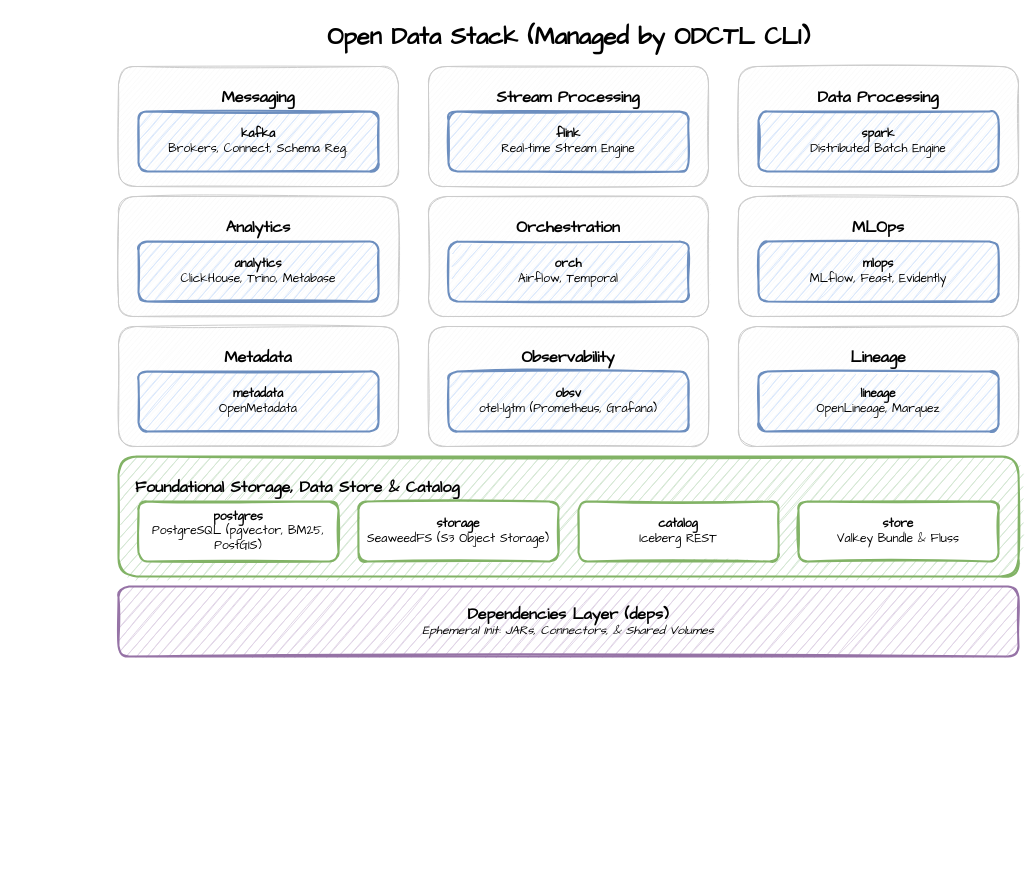
Above: image/diagram.drawio in jaehyeon-kim/odctl (draw.io), before the change. Source tidied: cells renumbered, new cells numbered last; positions are measured from the earlier drawing's top-left corner, leaving out a move shared by most shapes. Both pictures are drawn from the tidied source at 100%, with x=0, y=0 at pixel (118, 17).
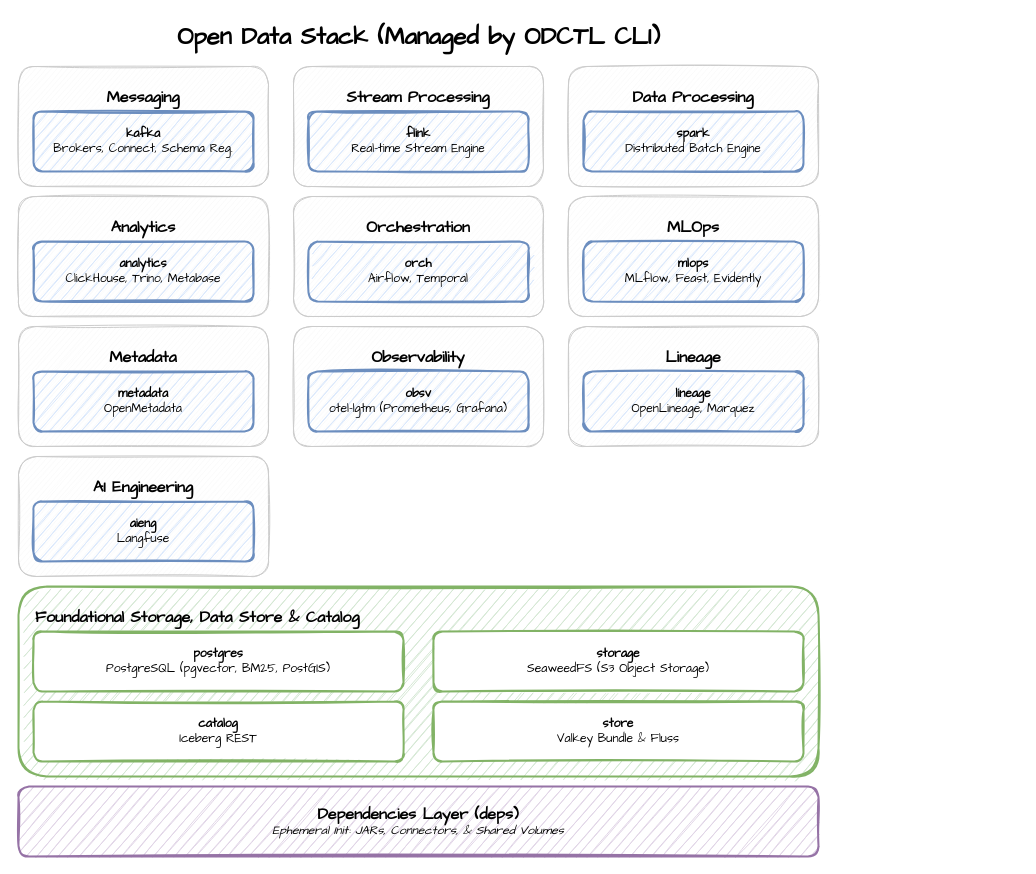
After the change.

The edit, as a diff of the source:
```diff
@@
     <mxCell id="2" value="&lt;b style=&quot;font-size: 24px;&quot;&gt;Open Data Stack (Managed by ODCTL CLI)&lt;/b&gt;" style="text;html=1;sketch=1;align=center;verticalAlign=middle;strokeColor=none;fillColor=none;fontFamily=Comic Sans MS;" parent="1" vertex="1">
-      <mxGeometry x="170" width="560" height="40" as="geometry" />
+      <mxGeometry x="20" width="560" height="40" as="geometry" />
     </mxCell>
     <mxCell id="3" value="&lt;b style=&quot;font-size:16px;&quot;&gt;Messaging&lt;/b&gt;" style="rounded=1;whiteSpace=wrap;html=1;sketch=1;fillColor=#f9f9f9;strokeColor=#cccccc;verticalAlign=top;spacingTop=15;fontFamily=Comic Sans MS;" parent="1" vertex="1">
-      <mxGeometry y="49" width="280" height="120" as="geometry" />
+      <mxGeometry x="-100" y="49" width="250" height="120" as="geometry" />
     </mxCell>
     <mxCell id="4" value="&lt;b&gt;kafka&lt;/b&gt;&lt;br&gt;Brokers, Connect, Schema Reg." style="rounded=1;whiteSpace=wrap;html=1;sketch=1;fillColor=#dae8fc;strokeColor=#6c8ebf;strokeWidth=2;fontFamily=Comic Sans MS;" parent="1" vertex="1">
-      <mxGeometry x="20" y="94" width="240" height="60" as="geometry" />
+      <mxGeometry x="-85" y="94" width="220" height="60" as="geometry" />
     </mxCell>
     <mxCell id="5" value="&lt;b style=&quot;font-size:16px;&quot;&gt;Stream Processing&lt;/b&gt;" style="rounded=1;whiteSpace=wrap;html=1;sketch=1;fillColor=#f9f9f9;strokeColor=#cccccc;verticalAlign=top;spacingTop=15;fontFamily=Comic Sans MS;" parent="1" vertex="1">
-      <mxGeometry x="310" y="49" width="280" height="120" as="geometry" />
+      <mxGeometry x="175" y="49" width="250" height="120" as="geometry" />
     </mxCell>
     <mxCell id="6" value="&lt;b&gt;flink&lt;/b&gt;&lt;br&gt;Real-time Stream Engine" style="rounded=1;whiteSpace=wrap;html=1;sketch=1;fillColor=#dae8fc;strokeColor=#6c8ebf;strokeWidth=2;fontFamily=Comic Sans MS;" parent="1" vertex="1">
-      <mxGeometry x="330" y="94" width="240" height="60" as="geometry" />
+      <mxGeometry x="190" y="94" width="220" height="60" as="geometry" />
     </mxCell>
     <mxCell id="7" value="&lt;b style=&quot;font-size:16px;&quot;&gt;Data Processing&lt;/b&gt;" style="rounded=1;whiteSpace=wrap;html=1;sketch=1;fillColor=#f9f9f9;strokeColor=#cccccc;verticalAlign=top;spacingTop=15;fontFamily=Comic Sans MS;" parent="1" vertex="1">
-      <mxGeometry x="620" y="49" width="280" height="120" as="geometry" />
+      <mxGeometry x="450" y="49" width="250" height="120" as="geometry" />
     </mxCell>
     <mxCell id="8" value="&lt;b&gt;spark&lt;/b&gt;&lt;br&gt;Distributed Batch Engine" style="rounded=1;whiteSpace=wrap;html=1;sketch=1;fillColor=#dae8fc;strokeColor=#6c8ebf;strokeWidth=2;fontFamily=Comic Sans MS;" parent="1" vertex="1">
-      <mxGeometry x="640" y="94" width="240" height="60" as="geometry" />
+      <mxGeometry x="465" y="94" width="220" height="60" as="geometry" />
     </mxCell>
     <mxCell id="9" value="&lt;b style=&quot;font-size:16px;&quot;&gt;Analytics&lt;/b&gt;" style="rounded=1;whiteSpace=wrap;html=1;sketch=1;fillColor=#f9f9f9;strokeColor=#cccccc;verticalAlign=top;spacingTop=15;fontFamily=Comic Sans MS;" parent="1" vertex="1">
-      <mxGeometry y="179" width="280" height="120" as="geometry" />
+      <mxGeometry x="-100" y="179" width="250" height="120" as="geometry" />
     </mxCell>
     <mxCell id="10" value="&lt;b&gt;analytics&lt;/b&gt;&lt;br&gt;ClickHouse, Trino, Metabase" style="rounded=1;whiteSpace=wrap;html=1;sketch=1;fillColor=#dae8fc;strokeColor=#6c8ebf;strokeWidth=2;fontFamily=Comic Sans MS;" parent="1" vertex="1">
-      <mxGeometry x="20" y="224" width="240" height="60" as="geometry" />
+      <mxGeometry x="-85" y="224" width="220" height="60" as="geometry" />
     </mxCell>
     <mxCell id="11" value="&lt;b style=&quot;font-size:16px;&quot;&gt;Orchestration&lt;/b&gt;" style="rounded=1;whiteSpace=wrap;html=1;sketch=1;fillColor=#f9f9f9;strokeColor=#cccccc;verticalAlign=top;spacingTop=15;fontFamily=Comic Sans MS;" parent="1" vertex="1">
-      <mxGeometry x="310" y="179" width="280" height="120" as="geometry" />
+      <mxGeometry x="175" y="179" width="250" height="120" as="geometry" />
     </mxCell>
     <mxCell id="12" value="&lt;b&gt;orch&lt;/b&gt;&lt;br&gt;Airflow, Temporal" style="rounded=1;whiteSpace=wrap;html=1;sketch=1;fillColor=#dae8fc;strokeColor=#6c8ebf;strokeWidth=2;fontFamily=Comic Sans MS;" parent="1" vertex="1">
-      <mxGeometry x="330" y="224" width="240" height="60" as="geometry" />
+      <mxGeometry x="190" y="224" width="220" height="60" as="geometry" />
     </mxCell>
     <mxCell id="13" value="&lt;b style=&quot;font-size:16px;&quot;&gt;MLOps&lt;/b&gt;" style="rounded=1;whiteSpace=wrap;html=1;sketch=1;fillColor=#f9f9f9;strokeColor=#cccccc;verticalAlign=top;spacingTop=15;fontFamily=Comic Sans MS;" parent="1" vertex="1">
-      <mxGeometry x="620" y="179" width="280" height="120" as="geometry" />
+      <mxGeometry x="450" y="179" width="250" height="120" as="geometry" />
     </mxCell>
     <mxCell id="14" value="&lt;b&gt;mlops&lt;/b&gt;&lt;br&gt;MLflow, Feast, Evidently" style="rounded=1;whiteSpace=wrap;html=1;sketch=1;fillColor=#dae8fc;strokeColor=#6c8ebf;strokeWidth=2;fontFamily=Comic Sans MS;" parent="1" vertex="1">
-      <mxGeometry x="640" y="224" width="240" height="60" as="geometry" />
+      <mxGeometry x="465" y="224" width="220" height="60" as="geometry" />
     </mxCell>
     <mxCell id="15" value="&lt;b style=&quot;font-size:16px;&quot;&gt;Metadata&lt;/b&gt;" style="rounded=1;whiteSpace=wrap;html=1;sketch=1;fillColor=#f9f9f9;strokeColor=#cccccc;verticalAlign=top;spacingTop=15;fontFamily=Comic Sans MS;" parent="1" vertex="1">
-      <mxGeometry y="309" width="280" height="120" as="geometry" />
+      <mxGeometry x="-100" y="309" width="250" height="120" as="geometry" />
     </mxCell>
     <mxCell id="16" value="&lt;b&gt;metadata&lt;/b&gt;&lt;br&gt;OpenMetadata" style="rounded=1;whiteSpace=wrap;html=1;sketch=1;fillColor=#dae8fc;strokeColor=#6c8ebf;strokeWidth=2;fontFamily=Comic Sans MS;" parent="1" vertex="1">
-      <mxGeometry x="20" y="354" width="240" height="60" as="geometry" />
+      <mxGeometry x="-85" y="354" width="220" height="60" as="geometry" />
     </mxCell>
     <mxCell id="17" value="&lt;b style=&quot;font-size:16px;&quot;&gt;Observability&lt;/b&gt;" style="rounded=1;whiteSpace=wrap;html=1;sketch=1;fillColor=#f9f9f9;strokeColor=#cccccc;verticalAlign=top;spacingTop=15;fontFamily=Comic Sans MS;" parent="1" vertex="1">
-      <mxGeometry x="310" y="309" width="280" height="120" as="geometry" />
+      <mxGeometry x="175" y="309" width="250" height="120" as="geometry" />
     </mxCell>
     <mxCell id="18" value="&lt;b&gt;obsv&lt;/b&gt;&lt;br&gt;otel-lgtm (Prometheus, Grafana)" style="rounded=1;whiteSpace=wrap;html=1;sketch=1;fillColor=#dae8fc;strokeColor=#6c8ebf;strokeWidth=2;fontFamily=Comic Sans MS;" parent="1" vertex="1">
-      <mxGeometry x="330" y="354" width="240" height="60" as="geometry" />
+      <mxGeometry x="190" y="354" width="220" height="60" as="geometry" />
     </mxCell>
     <mxCell id="19" value="&lt;b style=&quot;font-size:16px;&quot;&gt;Lineage&lt;/b&gt;" style="rounded=1;whiteSpace=wrap;html=1;sketch=1;fillColor=#f9f9f9;strokeColor=#cccccc;verticalAlign=top;spacingTop=15;fontFamily=Comic Sans MS;" parent="1" vertex="1">
-      <mxGeometry x="620" y="309" width="280" height="120" as="geometry" />
+      <mxGeometry x="450" y="309" width="250" height="120" as="geometry" />
     </mxCell>
     <mxCell id="20" value="&lt;b&gt;lineage&lt;/b&gt;&lt;br&gt;OpenLineage, Marquez" style="rounded=1;whiteSpace=wrap;html=1;sketch=1;fillColor=#dae8fc;strokeColor=#6c8ebf;strokeWidth=2;fontFamily=Comic Sans MS;" parent="1" vertex="1">
-      <mxGeometry x="640" y="354" width="240" height="60" as="geometry" />
+      <mxGeometry x="465" y="354" width="220" height="60" as="geometry" />
     </mxCell>
+    <mxCell id="27" value="&lt;b style=&quot;font-size:16px;&quot;&gt;AI Engineering&lt;/b&gt;" style="rounded=1;whiteSpace=wrap;html=1;sketch=1;fillColor=#f9f9f9;strokeColor=#cccccc;verticalAlign=top;spacingTop=15;fontFamily=Comic Sans MS;" parent="1" vertex="1">
+      <mxGeometry x="-100" y="439" width="250" height="120" as="geometry" />
+    </mxCell>
+    <mxCell id="28" value="&lt;b&gt;aieng&lt;/b&gt;&lt;br&gt;Langfuse" style="rounded=1;whiteSpace=wrap;html=1;sketch=1;fillColor=#dae8fc;strokeColor=#6c8ebf;strokeWidth=2;fontFamily=Comic Sans MS;" parent="1" vertex="1">
+      <mxGeometry x="-85" y="484" width="220" height="60" as="geometry" />
+    </mxCell>
     <mxCell id="21" value="&lt;b style=&quot;font-size: 16px;&quot;&gt;Foundational Storage, Data Store &amp;amp; Catalog&lt;/b&gt;" style="rounded=1;whiteSpace=wrap;html=1;sketch=1;fillColor=#d5e8d4;strokeColor=#82b366;strokeWidth=2;align=left;verticalAlign=top;spacingLeft=15;spacingTop=15;fontFamily=Comic Sans MS;" parent="1" vertex="1">
-      <mxGeometry y="439" width="900" height="120" as="geometry" />
+      <mxGeometry x="-100" y="569" width="800" height="190" as="geometry" />
     </mxCell>
     <mxCell id="22" value="&lt;b&gt;postgres&lt;/b&gt;&lt;br&gt;PostgreSQL (pgvector, BM25, PostGIS)" style="rounded=1;whiteSpace=wrap;html=1;sketch=1;fillColor=#ffffff;strokeColor=#82b366;strokeWidth=2;fontFamily=Comic Sans MS;" parent="1" vertex="1">
-      <mxGeometry x="20" y="484" width="200" height="60" as="geometry" />
+      <mxGeometry x="-85" y="614" width="370" height="60" as="geometry" />
     </mxCell>
     <mxCell id="23" value="&lt;b&gt;storage&lt;/b&gt;&lt;br&gt;SeaweedFS (S3 Object Storage)" style="rounded=1;whiteSpace=wrap;html=1;sketch=1;fillColor=#ffffff;strokeColor=#82b366;strokeWidth=2;fontFamily=Comic Sans MS;" parent="1" vertex="1">
-      <mxGeometry x="240" y="484" width="200" height="60" as="geometry" />
+      <mxGeometry x="315" y="614" width="370" height="60" as="geometry" />
     </mxCell>
     <mxCell id="24" value="&lt;b&gt;catalog&lt;/b&gt;&lt;br&gt;Iceberg REST" style="rounded=1;whiteSpace=wrap;html=1;sketch=1;fillColor=#ffffff;strokeColor=#82b366;strokeWidth=2;fontFamily=Comic Sans MS;" parent="1" vertex="1">
-      <mxGeometry x="460" y="484" width="200" height="60" as="geometry" />
+      <mxGeometry x="-85" y="684" width="370" height="60" as="geometry" />
     </mxCell>
     <mxCell id="25" value="&lt;b&gt;store&lt;/b&gt;&lt;br&gt;Valkey Bundle &amp;amp; Fluss" style="rounded=1;whiteSpace=wrap;html=1;sketch=1;fillColor=#ffffff;strokeColor=#82b366;strokeWidth=2;fontFamily=Comic Sans MS;" parent="1" vertex="1">
-      <mxGeometry x="680" y="484" width="200" height="60" as="geometry" />
+      <mxGeometry x="315" y="684" width="370" height="60" as="geometry" />
     </mxCell>
     <mxCell id="26" value="&lt;b style=&quot;font-size: 16px;&quot;&gt;Dependencies Layer (deps)&lt;/b&gt;&lt;br&gt;&lt;i&gt;Ephemeral Init: JARs, Connectors, &amp;amp; Shared Volumes&lt;/i&gt;" style="rounded=1;whiteSpace=wrap;html=1;sketch=1;fillColor=#e1d5e7;strokeColor=#9673a6;strokeWidth=2;align=center;verticalAlign=middle;fontFamily=Comic Sans MS;" parent="1" vertex="1">
-      <mxGeometry y="569" width="900" height="70" as="geometry" />
+      <mxGeometry x="-100" y="769" width="800" height="70" as="geometry" />
     </mxCell>
```
